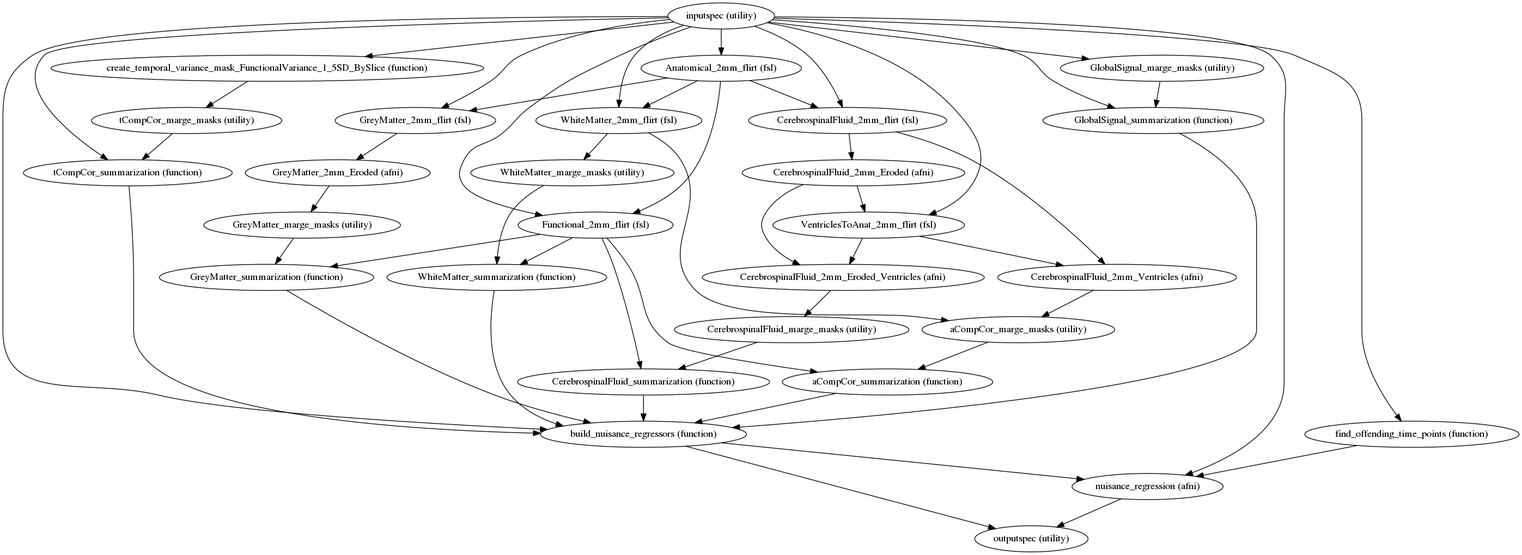
This is docs/developer/workflows/images/nuisance.png from FCP-INDI/fcp-indi.github.io, a Graphviz export, as it was before one commit. Its source is kept beside it as docs/developer/workflows/images/nuisance.dot.
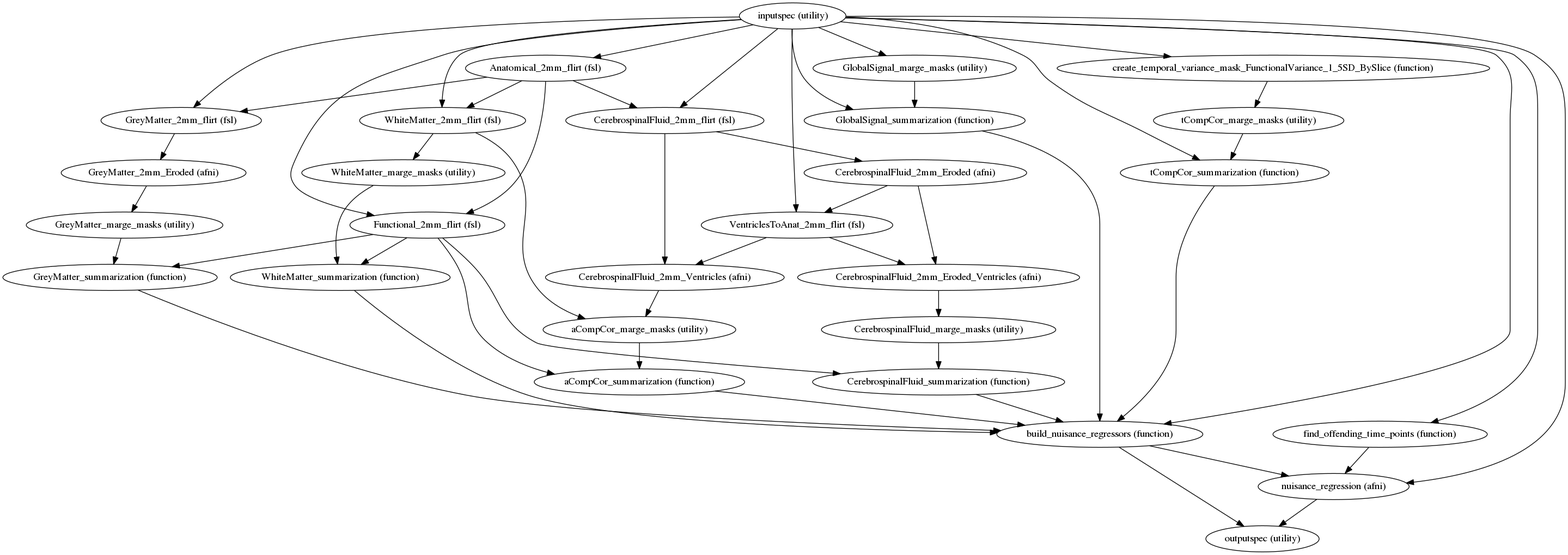
After the commit.

What changed in the source:
```diff
@@ -1,19 +1,19 @@
 strict digraph "" {
+"aCompCor_summarization (function)";
 "tCompCor_summarization (function)";
 "CerebrospinalFluid_2mm_Eroded (afni)";
 "Anatomical_2mm_flirt (fsl)";
 "inputspec (utility)";
-"CerebrospinalFluid_2mm_Eroded_Ventricles (afni)";
+"WhiteMatter_2mm_flirt (fsl)";
 "build_nuisance_regressors (function)";
 "GreyMatter_2mm_flirt (fsl)";
 "GreyMatter_2mm_Eroded (afni)";
 "CerebrospinalFluid_2mm_flirt (fsl)";
-"aCompCor_summarization (function)";
+"aCompCor_marge_masks (utility)";
 "find_offending_time_points (function)";
-"WhiteMatter_2mm_flirt (fsl)";
+"CerebrospinalFluid_2mm_Eroded_Ventricles (afni)";
 "tCompCor_marge_masks (utility)";
 "GlobalSignal_summarization (function)";
-"aCompCor_marge_masks (utility)";
 "WhiteMatter_marge_masks (utility)";
 "GreyMatter_marge_masks (utility)";
 "GlobalSignal_marge_masks (utility)";
@@ -27,6 +27,7 @@
 "Functional_2mm_flirt (fsl)";
 "CerebrospinalFluid_marge_masks (utility)";
 "GreyMatter_summarization (function)";
+"aCompCor_summarization (function)" -> "build_nuisance_regressors (function)";
 "tCompCor_summarization (function)" -> "build_nuisance_regressors (function)";
 "CerebrospinalFluid_2mm_Eroded (afni)" -> "CerebrospinalFluid_2mm_Eroded_Ventricles (afni)";
 "CerebrospinalFluid_2mm_Eroded (afni)" -> "VentriclesToAnat_2mm_flirt (fsl)";
@@ -47,20 +48,19 @@
 "inputspec (utility)" -> "GreyMatter_2mm_flirt (fsl)";
 "inputspec (utility)" -> "VentriclesToAnat_2mm_flirt (fsl)";
 "inputspec (utility)" -> "CerebrospinalFluid_2mm_flirt (fsl)";
-"CerebrospinalFluid_2mm_Eroded_Ventricles (afni)" -> "CerebrospinalFluid_marge_masks (utility)";
+"WhiteMatter_2mm_flirt (fsl)" -> "aCompCor_marge_masks (utility)";
+"WhiteMatter_2mm_flirt (fsl)" -> "WhiteMatter_marge_masks (utility)";
 "build_nuisance_regressors (function)" -> "nuisance_regression (afni)";
 "build_nuisance_regressors (function)" -> "outputspec (utility)";
 "GreyMatter_2mm_flirt (fsl)" -> "GreyMatter_2mm_Eroded (afni)";
 "GreyMatter_2mm_Eroded (afni)" -> "GreyMatter_marge_masks (utility)";
 "CerebrospinalFluid_2mm_flirt (fsl)" -> "CerebrospinalFluid_2mm_Eroded (afni)";
 "CerebrospinalFluid_2mm_flirt (fsl)" -> "CerebrospinalFluid_2mm_Ventricles (afni)";
-"aCompCor_summarization (function)" -> "build_nuisance_regressors (function)";
+"aCompCor_marge_masks (utility)" -> "aCompCor_summarization (function)";
 "find_offending_time_points (function)" -> "nuisance_regression (afni)";
-"WhiteMatter_2mm_flirt (fsl)" -> "aCompCor_marge_masks (utility)";
-"WhiteMatter_2mm_flirt (fsl)" -> "WhiteMatter_marge_masks (utility)";
+"CerebrospinalFluid_2mm_Eroded_Ventricles (afni)" -> "CerebrospinalFluid_marge_masks (utility)";
 "tCompCor_marge_masks (utility)" -> "tCompCor_summarization (function)";
 "GlobalSignal_summarization (function)" -> "build_nuisance_regressors (function)";
-"aCompCor_marge_masks (utility)" -> "aCompCor_summarization (function)";
 "WhiteMatter_marge_masks (utility)" -> "WhiteMatter_summarization (function)";
 "GreyMatter_marge_masks (utility)" -> "GreyMatter_summarization (function)";
 "GlobalSignal_marge_masks (utility)" -> "GlobalSignal_summarization (function)";
```
